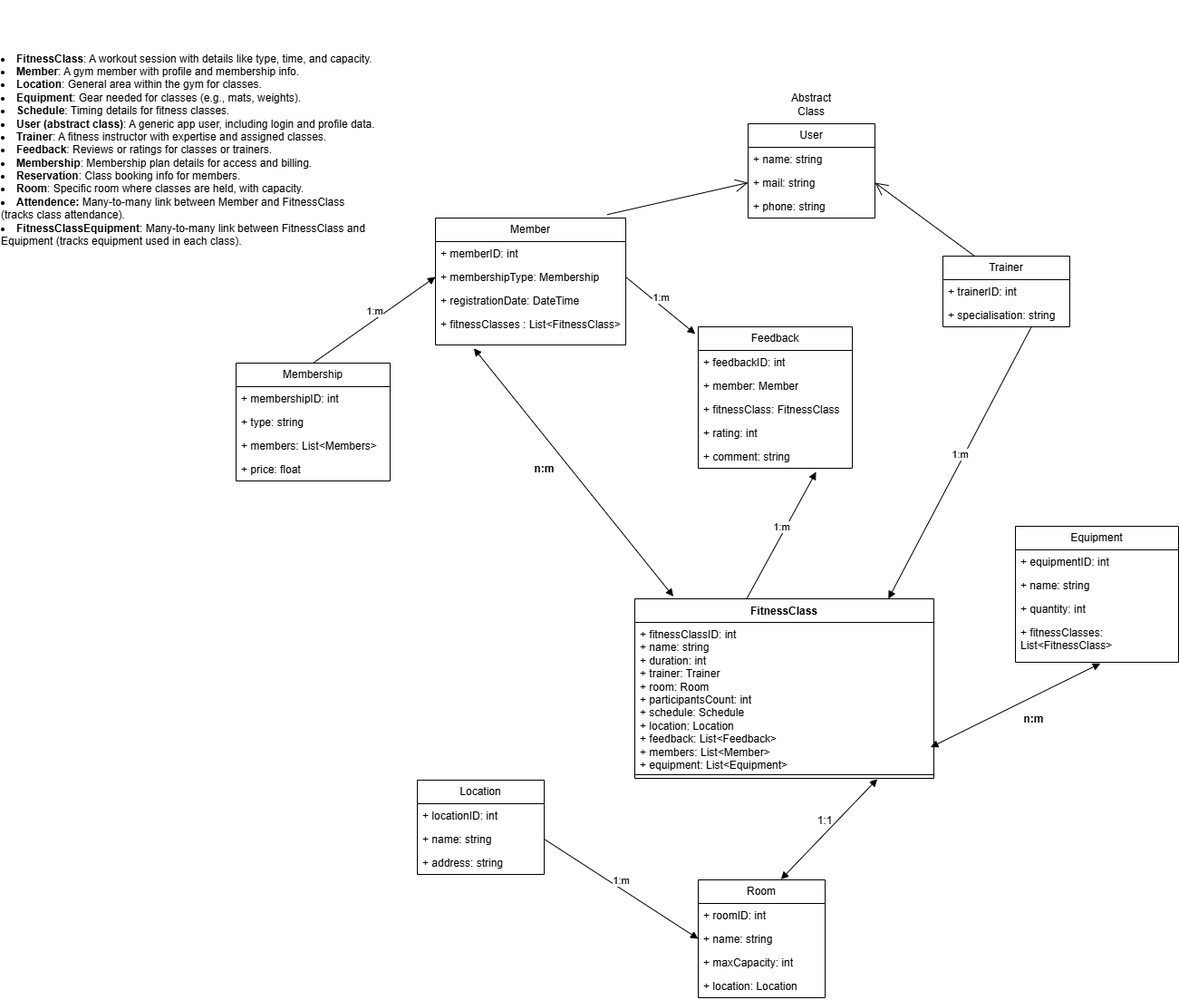
Danamat07/FitnessApp keeps this draw.io diagram as FitnessAppUML.drawio (2).png. Above is the earlier version. Source tidied: cells renumbered, new cells last; positions are measured from the earlier drawing's top-left corner, leaving out a move shared by most shapes.
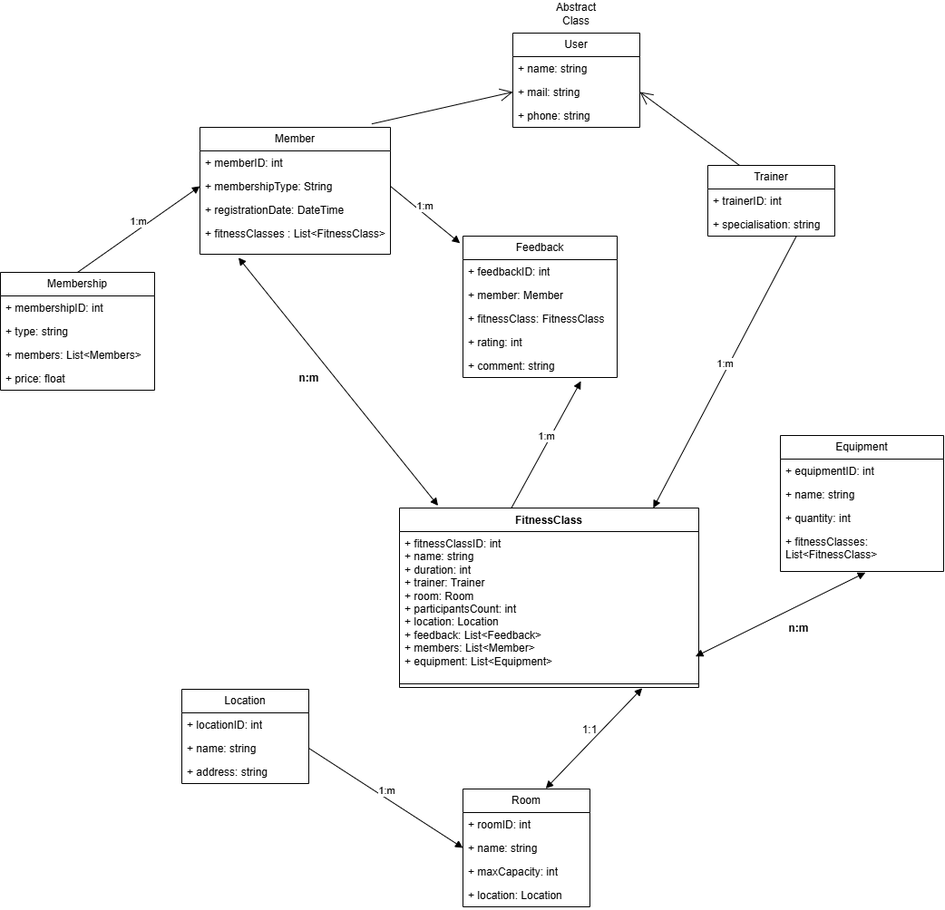
After the commit.

Change to the diagram source:
```diff
@@ -8,7 +8,7 @@
     <mxCell id="3" value="+ memberID: int" style="text;strokeColor=none;fillColor=none;align=left;verticalAlign=top;spacingLeft=4;spacingRight=4;overflow=hidden;whiteSpace=wrap;html=1;" parent="2" vertex="1">
       <mxGeometry y="26" width="210" height="26" as="geometry" />
     </mxCell>
-    <mxCell id="4" value="+ membershipType: Membership" style="text;strokeColor=none;fillColor=none;align=left;verticalAlign=top;spacingLeft=4;spacingRight=4;overflow=hidden;points=[[0,0.5],[1,0.5]];portConstraint=eastwest;whiteSpace=wrap;html=1;" parent="2" vertex="1">
+    <mxCell id="4" value="+ membershipType: String" style="text;strokeColor=none;fillColor=none;align=left;verticalAlign=top;spacingLeft=4;spacingRight=4;overflow=hidden;points=[[0,0.5],[1,0.5]];portConstraint=eastwest;whiteSpace=wrap;html=1;" parent="2" vertex="1">
       <mxGeometry y="52" width="210" height="26" as="geometry" />
     </mxCell>
     <mxCell id="5" value="+ registrationDate: DateTime" style="text;strokeColor=none;fillColor=none;align=left;verticalAlign=top;spacingLeft=4;spacingRight=4;overflow=hidden;whiteSpace=wrap;html=1;" parent="2" vertex="1">
@@ -53,7 +53,7 @@
     <mxCell id="18" value="FitnessClass" style="swimlane;fontStyle=1;align=center;verticalAlign=top;horizontal=1;startSize=26;whiteSpace=wrap;html=1;" parent="1" vertex="1">
       <mxGeometry x="700" y="660" width="330" height="198" as="geometry" />
     </mxCell>
-    <mxCell id="19" value="+ fitnessClassID: int&lt;div&gt;+ name: string&lt;/div&gt;&lt;div&gt;+ duration: int&lt;/div&gt;&lt;div&gt;+ trainer: Trainer&lt;/div&gt;&lt;div&gt;+ room: Room&lt;/div&gt;&lt;div&gt;+ participantsCount: int&lt;/div&gt;&lt;div&gt;+ schedule: Schedule&lt;/div&gt;&lt;div&gt;+ location: Location&lt;/div&gt;&lt;div&gt;+ feedback: List&amp;lt;Feedback&amp;gt;&lt;/div&gt;&lt;div&gt;+ members: List&amp;lt;Member&amp;gt;&lt;/div&gt;&lt;div&gt;+ equipment: List&amp;lt;Equipment&amp;gt;&lt;/div&gt;" style="text;strokeColor=none;fillColor=none;align=left;verticalAlign=top;spacingLeft=4;spacingRight=4;overflow=hidden;points=[[0,0.5],[1,0.5]];portConstraint=eastwest;whiteSpace=wrap;html=1;" parent="18" vertex="1">
+    <mxCell id="19" value="+ fitnessClassID: int&lt;div&gt;+ name: string&lt;/div&gt;&lt;div&gt;+ duration: int&lt;/div&gt;&lt;div&gt;+ trainer: Trainer&lt;/div&gt;&lt;div&gt;+ room: Room&lt;/div&gt;&lt;div&gt;+ participantsCount: int&lt;/div&gt;&lt;div&gt;+ location: Location&lt;/div&gt;&lt;div&gt;+ feedback: List&amp;lt;Feedback&amp;gt;&lt;/div&gt;&lt;div&gt;+ members: List&amp;lt;Member&amp;gt;&lt;/div&gt;&lt;div&gt;+ equipment: List&amp;lt;Equipment&amp;gt;&lt;/div&gt;" style="text;strokeColor=none;fillColor=none;align=left;verticalAlign=top;spacingLeft=4;spacingRight=4;overflow=hidden;points=[[0,0.5],[1,0.5]];portConstraint=eastwest;whiteSpace=wrap;html=1;" parent="18" vertex="1">
       <mxGeometry y="26" width="330" height="164" as="geometry" />
     </mxCell>
     <mxCell id="20" style="line;strokeWidth=1;fillColor=none;align=left;verticalAlign=middle;spacingTop=-1;spacingLeft=3;spacingRight=3;labelPosition=right;points=[];portConstraint=eastwest;strokeColor=inherit;" parent="18" vertex="1">
@@ -152,9 +152,6 @@
     <mxCell id="51" value="Abstract Class" style="text;html=1;align=center;verticalAlign=middle;whiteSpace=wrap;rounded=0;" parent="1" vertex="1">
       <mxGeometry x="865" y="100" width="60" height="30" as="geometry" />
     </mxCell>
-    <mxCell id="52" value="&lt;li style=&quot;text-align: left;&quot;&gt;&lt;strong&gt;FitnessClass&lt;/strong&gt;: A workout session with details like type, time, and capacity.&amp;nbsp;&amp;nbsp;&lt;/li&gt;&lt;li style=&quot;text-align: left;&quot;&gt;&lt;strong&gt;Member&lt;/strong&gt;: A gym member with profile and membership info.&lt;/li&gt;&lt;li style=&quot;text-align: left;&quot;&gt;&lt;strong&gt;Location&lt;/strong&gt;: General area within the gym for classes.&lt;/li&gt;&lt;li style=&quot;text-align: left;&quot;&gt;&lt;strong&gt;Equipment&lt;/strong&gt;: Gear needed for classes (e.g., mats, weights).&lt;/li&gt;&lt;li style=&quot;text-align: left;&quot;&gt;&lt;strong&gt;Schedule&lt;/strong&gt;: Timing details for fitness classes.&lt;/li&gt;&lt;li style=&quot;text-align: left;&quot;&gt;&lt;strong&gt;User (abstract class)&lt;/strong&gt;: A generic app user, including login and profile data.&lt;/li&gt;&lt;li style=&quot;text-align: left;&quot;&gt;&lt;strong&gt;Trainer&lt;/strong&gt;: A fitness instructor with expertise and assigned classes.&lt;/li&gt;&lt;li style=&quot;text-align: left;&quot;&gt;&lt;strong&gt;Feedback&lt;/strong&gt;: Reviews or ratings for classes or trainers.&lt;/li&gt;&lt;li style=&quot;text-align: left;&quot;&gt;&lt;strong&gt;Membership&lt;/strong&gt;: Membership plan details for access and billing.&lt;/li&gt;&lt;li style=&quot;text-align: left;&quot;&gt;&lt;strong&gt;Reservation&lt;/strong&gt;: Class booking info for members.&lt;/li&gt;&lt;li style=&quot;text-align: left;&quot;&gt;&lt;strong&gt;Room&lt;/strong&gt;: Specific room where classes are held, with capacity.&lt;/li&gt;&lt;li style=&quot;text-align: left;&quot;&gt;&lt;strong&gt;Attendence:&amp;nbsp;&lt;/strong&gt;Many-to-many link between Member&amp;nbsp;and FitnessClass (tracks class attendance).&lt;/li&gt;&lt;li style=&quot;text-align: left;&quot;&gt;&lt;strong&gt;FitnessClassEquipment&lt;/strong&gt;: Many-to-many link between FitnessClass&amp;nbsp;and Equipment&amp;nbsp;(tracks equipment used in each class).&lt;br&gt;&lt;/li&gt;" style="text;html=1;align=center;verticalAlign=middle;whiteSpace=wrap;rounded=0;" parent="1" vertex="1">
-      <mxGeometry width="420" height="330" as="geometry" />
-    </mxCell>
     <mxCell id="53" style="endArrow=block;startArrow=block;endFill=1;startFill=1;html=1;rounded=0;exitX=0.202;exitY=1.104;exitDx=0;exitDy=0;exitPerimeter=0;entryX=0.129;entryY=-0.013;entryDx=0;entryDy=0;entryPerimeter=0;" parent="1" edge="1" source="6" target="18">
       <mxGeometry relative="1" as="geometry" />
     </mxCell>
```
